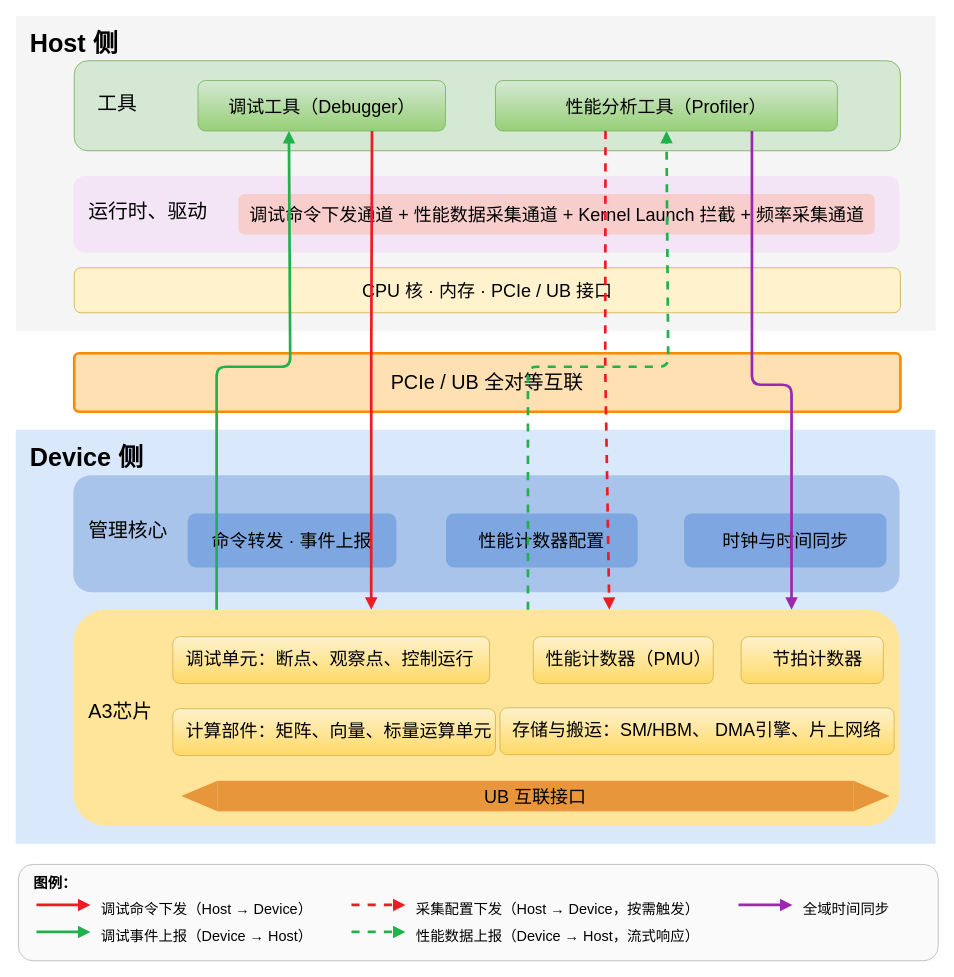
This is page "第 6 页" (6 of 7) of 超节点主机设备侧交互流程图.drawio from HanxuLiu/drawio-files, a draw.io file, before an edit. Source tidied: cells renumbered, new cells numbered last; positions are measured from the earlier drawing's top-left corner, leaving out a move shared by most shapes. Both pictures are drawn from the tidied source at 90%, with x=0, y=0 at pixel (15, 15).
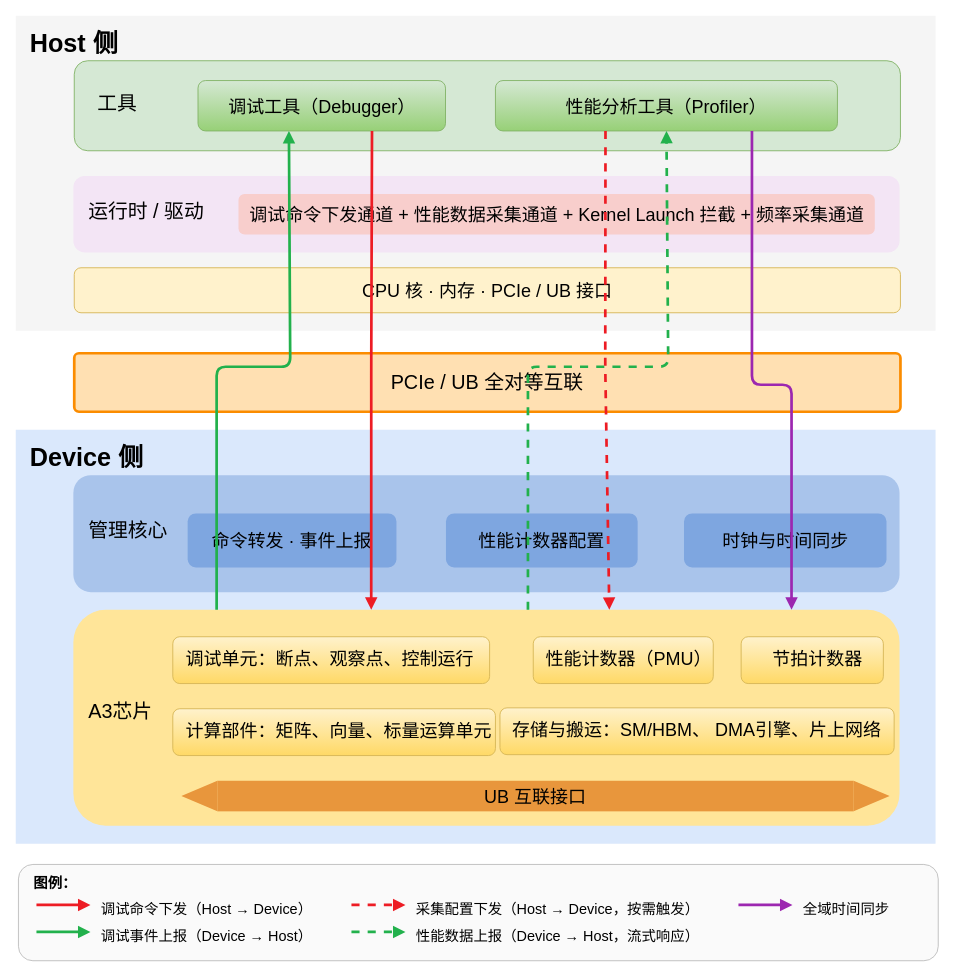
Above is the later version.

Commit message (it also covers changes not shown here):
更新超节点主机设备侧交互流程图.drawio

The edit, as a diff of the source:
```diff
@@
-    <mxCell id="43" value="运行时、驱动" style="text;html=1;fontSize=22;fontStyle=0;fontColor=#000000;align=left;fontFamily=Helvetica;verticalAlign=top;rounded=1;roundedPerimeter=1;" parent="1" vertex="1">
+    <mxCell id="43" value="运行时 / 驱动" style="text;html=1;fontSize=22;fontStyle=0;fontColor=#000000;align=left;fontFamily=Helvetica;verticalAlign=top;rounded=1;roundedPerimeter=1;" parent="1" vertex="1">
       <mxGeometry x="79" y="198" width="200" height="45" as="geometry" />
     </mxCell>
```
